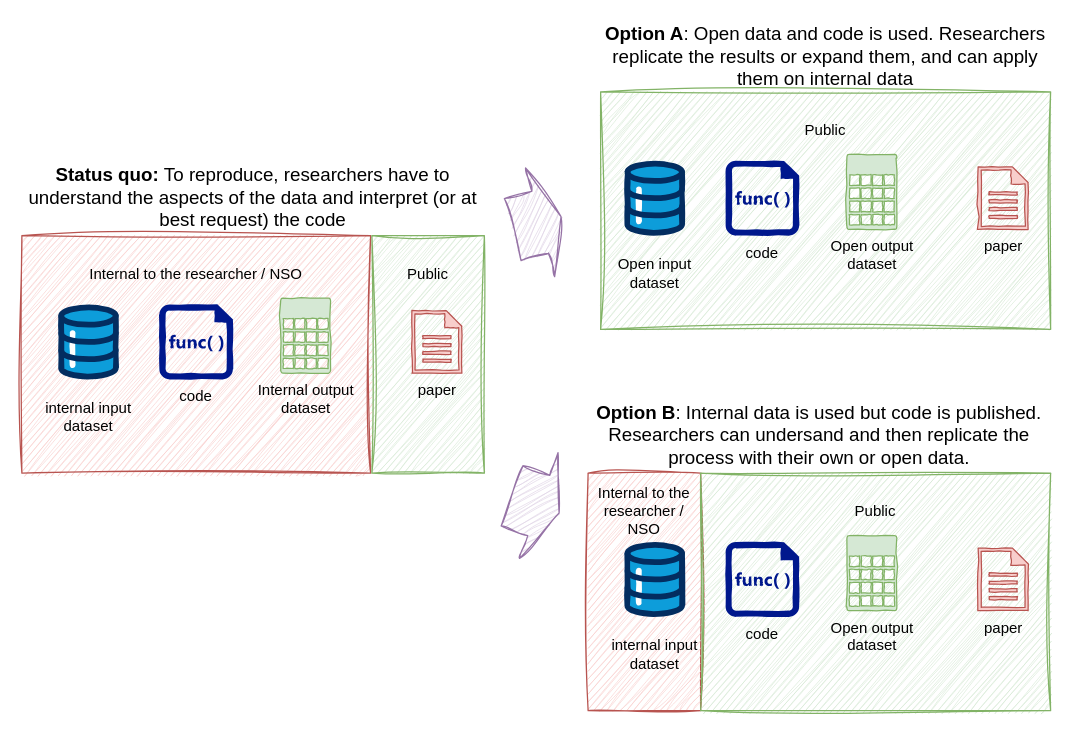
Above: docs/images/reserarch-objects.drawio in sergegoussev/reproducibility-project (draw.io), before the change. Source tidied: cells renumbered, new cells numbered last; positions are measured from the earlier drawing's top-left corner, leaving out a move shared by most shapes. Both pictures are drawn from the tidied source at 125%, with x=0, y=0 at pixel (21, 22).
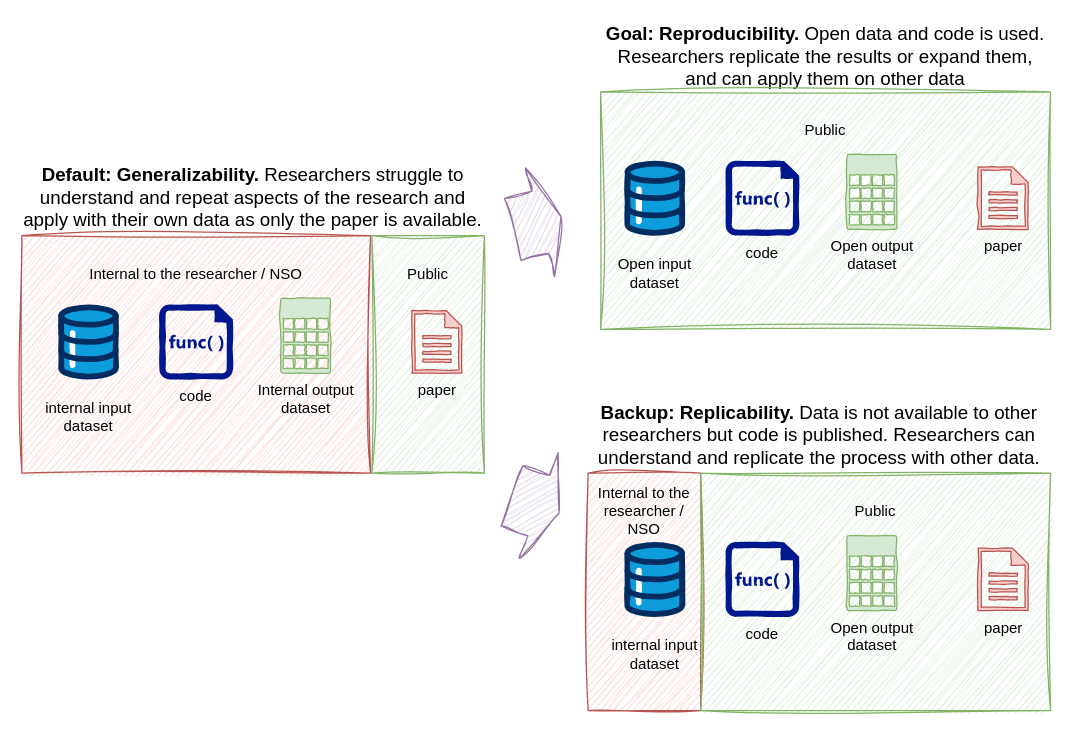
The same page after the edit.

Diff of the diagram source:
```diff
@@
-    <mxCell id="9" value="&lt;b&gt;Status quo: &lt;/b&gt;To reproduce, researchers have to understand the aspects of the data and interpret (or at best request) the code" style="text;html=1;align=center;verticalAlign=middle;whiteSpace=wrap;rounded=0;fontSize=15;" parent="1" vertex="1">
+    <mxCell id="9" value="&lt;p&gt;&lt;strong&gt;Default: Generalizability.&amp;nbsp;&lt;/strong&gt;Researchers struggle to understand and repeat aspects of the research and apply with their own data as only the paper is&amp;nbsp;available.&lt;/p&gt;" style="text;html=1;align=center;verticalAlign=middle;whiteSpace=wrap;rounded=0;fontSize=15;" parent="1" vertex="1">
       <mxGeometry y="114" width="370" height="50" as="geometry" />
     </mxCell>
-    <mxCell id="10" value="&lt;b&gt;Option A&lt;/b&gt;: Open data and code is used. Researchers replicate the results or expand them, and can apply them on internal data" style="text;html=1;align=center;verticalAlign=middle;whiteSpace=wrap;rounded=0;fontSize=15;" parent="1" vertex="1">
+    <mxCell id="10" value="&lt;b&gt;Goal: Reproducibility.&lt;/b&gt;&amp;nbsp;Open data and code is used. Researchers replicate the results or expand them, and can apply them on other data" style="text;html=1;align=center;verticalAlign=middle;whiteSpace=wrap;rounded=0;fontSize=15;" parent="1" vertex="1">
       <mxGeometry x="463" width="360" height="51" as="geometry" />
     </mxCell>
-    <mxCell id="11" value="&lt;b&gt;Option B&lt;/b&gt;: Internal data is used but code is published. Researchers can undersand and then replicate the process with their own or open data." style="text;html=1;align=center;verticalAlign=middle;whiteSpace=wrap;rounded=0;fontSize=15;" parent="1" vertex="1">
+    <mxCell id="11" value="&lt;p&gt;&lt;strong&gt;Backup: Replicability.&lt;/strong&gt;&amp;nbsp;Data is not available to other researchers but code is published. Researchers can understand and replicate the process with other data.&lt;/p&gt;" style="text;html=1;align=center;verticalAlign=middle;whiteSpace=wrap;rounded=0;fontSize=15;" parent="1" vertex="1">
       <mxGeometry x="453" y="299" width="370" height="60" as="geometry" />
     </mxCell>
```
